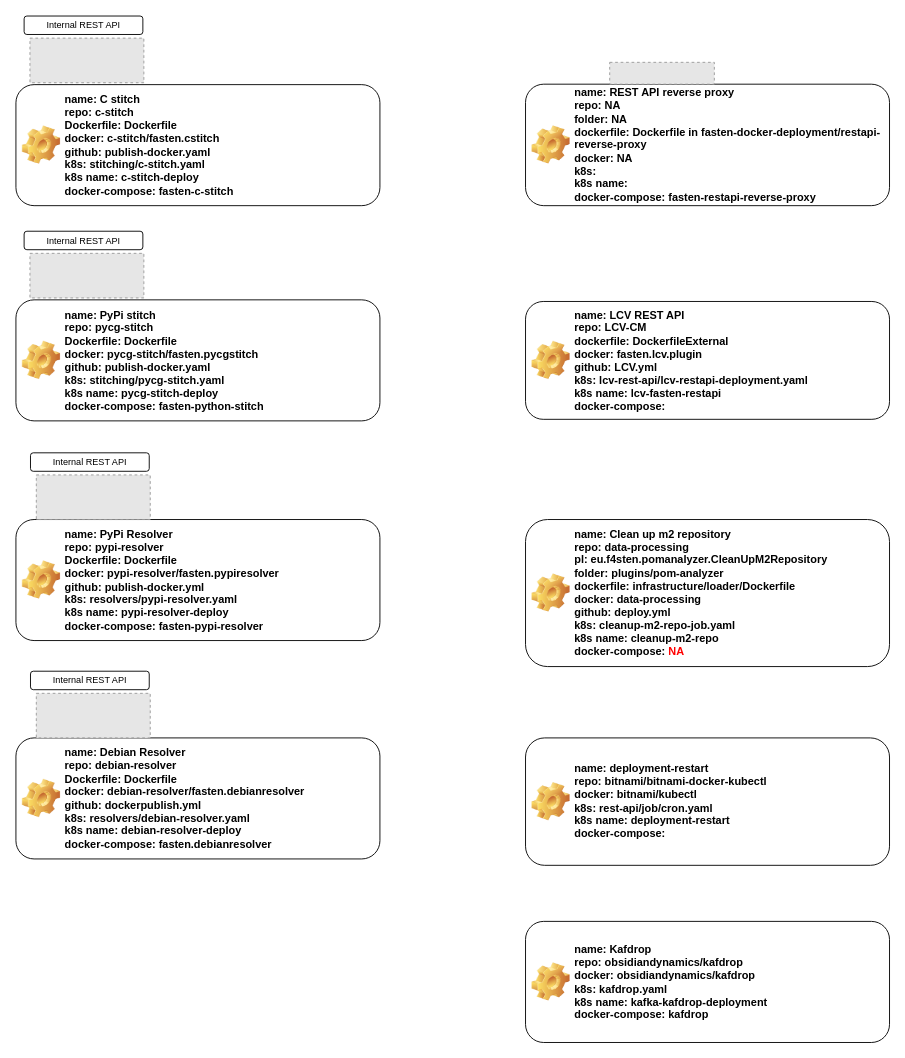
Earlier version of the draw.io diagram docs/standalone-deployment.drawio (fasten-project/fasten). Source tidied: cells renumbered, new cells numbered last; positions are measured from the earlier drawing's top-left corner, leaving out a move shared by most shapes. Both pictures are drawn from the tidied source at 91%, with x=0, y=0 at pixel (15, -35). Pictures stored in the file or linked from it are replaced by grey dashed boxes.
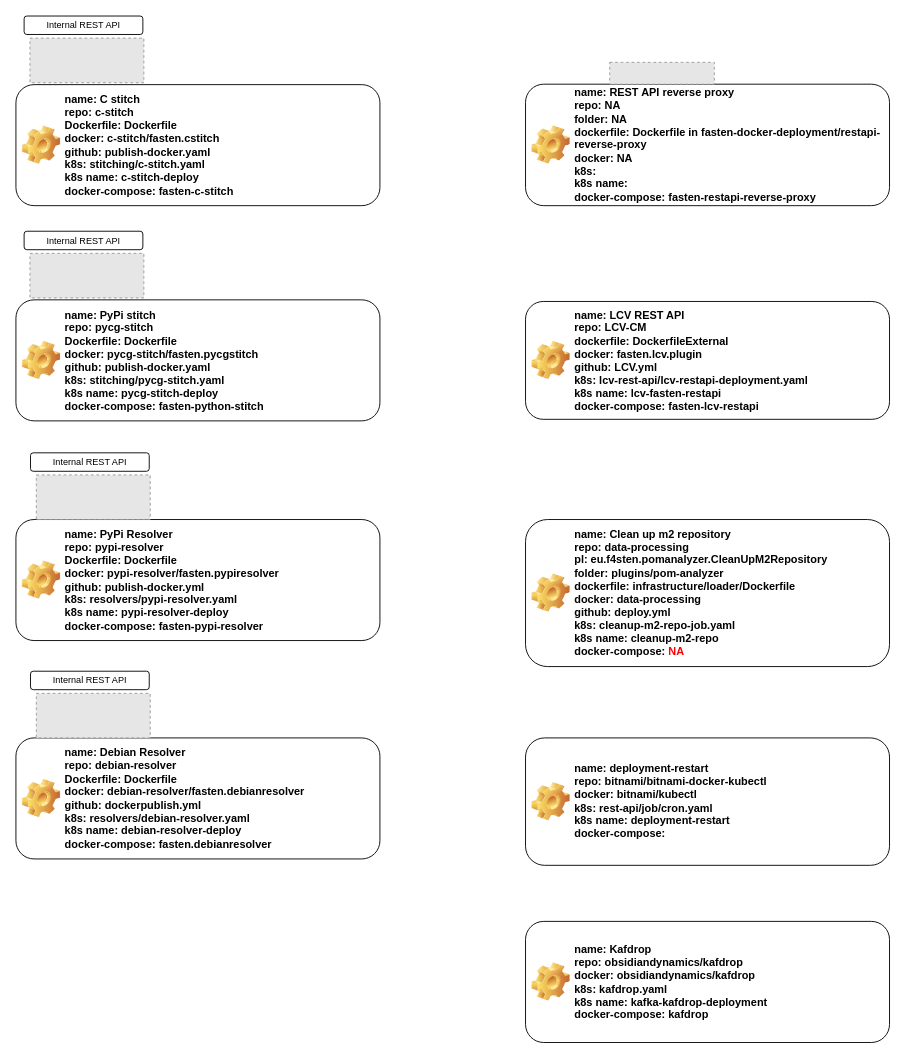
After the change.

Commit message (it also covers changes not shown here):
Update deployment schema to reflect latest changes

Include newly deployed component for both k8s and Docker Compose deployment.

What changed in the source:
```diff
@@
 <mxGraphModel>
   <root>
     <mxCell id="0" />
     <mxCell id="1" parent="0" />
     <mxCell id="2" value="name:&amp;nbsp;Kafdrop&lt;br&gt;repo:&amp;nbsp;obsidiandynamics/kafdrop&lt;br&gt;docker:&amp;nbsp;obsidiandynamics/kafdrop&lt;br&gt;k8s:&amp;nbsp;kafdrop.yaml&lt;br&gt;k8s name:&amp;nbsp;kafka-kafdrop-deployment&lt;br&gt;docker-compose:&amp;nbsp;&lt;span class=&quot;pl-ent&quot;&gt;kafdrop&lt;/span&gt;" style="label;whiteSpace=wrap;html=1;image=img/clipart/Gear_128x128.png;" parent="1" vertex="1">
       <mxGeometry x="560" y="1050" width="400" height="133.1" as="geometry" />
     </mxCell>
     <mxCell id="3" value="name:&amp;nbsp;Clean up m2 repository&lt;br&gt;repo:&amp;nbsp;data-processing&lt;br&gt;pl:&amp;nbsp;eu.f4sten.pomanalyzer.CleanUpM2Repository&lt;br&gt;folder:&amp;nbsp;plugins/pom-analyzer&lt;br&gt;dockerfile:&amp;nbsp;infrastructure/loader/Dockerfile&lt;br&gt;docker: data-processing&lt;br&gt;github: deploy.yml&lt;br&gt;k8s:&amp;nbsp;cleanup-m2-repo-job.yaml&lt;br&gt;k8s name:&amp;nbsp;cleanup-m2-repo&lt;br&gt;docker-compose: &lt;font color=&quot;#ff0000&quot;&gt;NA&lt;/font&gt;" style="label;whiteSpace=wrap;html=1;image=img/clipart/Gear_128x128.png;" parent="1" vertex="1">
       <mxGeometry x="560" y="608.4" width="400" height="161.6" as="geometry" />
     </mxCell>
     <mxCell id="4" value="name: PyPi Resolver&lt;br&gt;repo: pypi-resolver&lt;br&gt;Dockerfile: Dockerfile&lt;br&gt;docker: pypi-resolver/fasten.pypiresolver&lt;br&gt;github:&amp;nbsp;publish-docker.yml&lt;br&gt;k8s: resolvers/pypi-resolver.yaml&lt;br&gt;k8s name: pypi-resolver-deploy&lt;br&gt;docker-compose:&amp;nbsp;fasten-pypi-resolver" style="label;whiteSpace=wrap;html=1;image=img/clipart/Gear_128x128.png;" parent="1" vertex="1">
       <mxGeometry y="608.4" width="400" height="133" as="geometry" />
     </mxCell>
     <mxCell id="5" style="fillColor=#E6E6E6;strokeColor=#999999;dashed=1;verticalLabelPosition=bottom;labelBackgroundColor=#ffffff;verticalAlign=top;" parent="1" vertex="1">
       <mxGeometry x="22.4" y="559.4" width="125.2" height="49" as="geometry" />
     </mxCell>
     <mxCell id="6" value="Internal REST API" style="rounded=1;whiteSpace=wrap;html=1;fontSize=10;align=center;horizontal=0;rotation=90;" parent="1" vertex="1">
       <mxGeometry x="71.1" y="480" width="20.3" height="130.5" as="geometry" />
     </mxCell>
     <mxCell id="7" value="name: REST API reverse proxy&lt;br&gt;repo: NA&lt;br&gt;folder: NA&lt;br&gt;dockerfile: Dockerfile in&amp;nbsp;fasten-docker-deployment/restapi-reverse-proxy&lt;br&gt;docker: NA&lt;br&gt;k8s:&amp;nbsp;&lt;br&gt;k8s name:&amp;nbsp;&lt;span class=&quot;pl-s&quot;&gt;&lt;br&gt;&lt;/span&gt;docker-compose:&amp;nbsp;&lt;span class=&quot;blob-code-inner blob-code-marker&quot;&gt;fasten-restapi-reverse-proxy&lt;/span&gt;" style="label;whiteSpace=wrap;html=1;image=img/clipart/Gear_128x128.png;" parent="1" vertex="1">
       <mxGeometry x="560" y="130" width="400" height="133.5" as="geometry" />
     </mxCell>
     <mxCell id="8" style="fillColor=#E6E6E6;strokeColor=#999999;dashed=1;verticalLabelPosition=bottom;labelBackgroundColor=#ffffff;verticalAlign=top;" parent="1" vertex="1">
       <mxGeometry x="652.5" y="106" width="115" height="24" as="geometry" />
     </mxCell>
     <mxCell id="9" value="name:&amp;nbsp;&lt;span class=&quot;blob-code-inner blob-code-marker js-code-nav-pass&quot;&gt;deployment-restart&lt;/span&gt;&lt;br&gt;repo:&amp;nbsp;bitnami/bitnami-docker-kubectl&lt;br&gt;docker:&amp;nbsp;bitnami/kubectl&lt;br&gt;k8s:&amp;nbsp;rest-api/job/cron.yaml&lt;br&gt;k8s name:&amp;nbsp;deployment-restart&lt;br&gt;docker-compose:&amp;nbsp;" style="label;whiteSpace=wrap;html=1;image=img/clipart/Gear_128x128.png;" parent="1" vertex="1">
       <mxGeometry x="560" y="848.4" width="400" height="140" as="geometry" />
     </mxCell>
     <mxCell id="10" value="name: C stitch&lt;br&gt;repo: c-stitch&lt;br&gt;Dockerfile: Dockerfile&lt;br&gt;docker: c-stitch/fasten.cstitch&lt;br&gt;github:&amp;nbsp;publish-docker.yaml&lt;br&gt;k8s: stitching/c-stitch.yaml&lt;br&gt;k8s name: c-stitch-deploy&lt;br&gt;docker-compose:&amp;nbsp;fasten-c-stitch" style="label;whiteSpace=wrap;html=1;image=img/clipart/Gear_128x128.png;" parent="1" vertex="1">
       <mxGeometry y="130.5" width="400" height="133" as="geometry" />
     </mxCell>
     <mxCell id="11" style="fillColor=#E6E6E6;strokeColor=#999999;dashed=1;verticalLabelPosition=bottom;labelBackgroundColor=#ffffff;verticalAlign=top;" parent="1" vertex="1">
       <mxGeometry x="15.4" y="79.4" width="125.2" height="49" as="geometry" />
     </mxCell>
     <mxCell id="12" value="Internal REST API" style="rounded=1;whiteSpace=wrap;html=1;fontSize=10;align=center;horizontal=0;rotation=90;" parent="1" vertex="1">
       <mxGeometry x="64.1" width="20.3" height="130.5" as="geometry" />
     </mxCell>
     <mxCell id="13" value="name: PyPi stitch&lt;br&gt;repo: pycg-stitch&lt;br&gt;Dockerfile: Dockerfile&lt;br&gt;docker: pycg-stitch/fasten.pycgstitch&lt;br&gt;github:&amp;nbsp;publish-docker.yaml&lt;br&gt;k8s: stitching/pycg-stitch.yaml&lt;br&gt;k8s name: pycg-stitch-deploy&lt;br&gt;docker-compose:&amp;nbsp;fasten-python-stitch" style="label;whiteSpace=wrap;html=1;image=img/clipart/Gear_128x128.png;" parent="1" vertex="1">
       <mxGeometry y="367" width="400" height="133" as="geometry" />
     </mxCell>
     <mxCell id="14" style="fillColor=#E6E6E6;strokeColor=#999999;dashed=1;verticalLabelPosition=bottom;labelBackgroundColor=#ffffff;verticalAlign=top;" parent="1" vertex="1">
       <mxGeometry x="15.4" y="315.9" width="125.2" height="49" as="geometry" />
     </mxCell>
     <mxCell id="15" value="Internal REST API" style="rounded=1;whiteSpace=wrap;html=1;fontSize=10;align=center;horizontal=0;rotation=90;" parent="1" vertex="1">
       <mxGeometry x="64.1" y="236.5" width="20.3" height="130.5" as="geometry" />
     </mxCell>
-    <mxCell id="16" value="name: LCV REST API&lt;br&gt;repo:&amp;nbsp;LCV-CM&lt;br&gt;dockerfile:&amp;nbsp;DockerfileExternal&lt;br&gt;docker:&amp;nbsp;fasten.lcv.plugin&lt;br&gt;github:&amp;nbsp;LCV.yml&lt;br&gt;k8s:&amp;nbsp;lcv-rest-api/lcv-restapi-deployment.yaml&lt;br&gt;k8s name:&amp;nbsp;lcv-fasten-restapi&lt;br&gt;docker-compose:" style="label;whiteSpace=wrap;html=1;image=img/clipart/Gear_128x128.png;" parent="1" vertex="1">
+    <mxCell id="16" value="name: LCV REST API&lt;br&gt;repo:&amp;nbsp;LCV-CM&lt;br&gt;dockerfile:&amp;nbsp;DockerfileExternal&lt;br&gt;docker:&amp;nbsp;fasten.lcv.plugin&lt;br&gt;github:&amp;nbsp;LCV.yml&lt;br&gt;k8s:&amp;nbsp;lcv-rest-api/lcv-restapi-deployment.yaml&lt;br&gt;k8s name:&amp;nbsp;lcv-fasten-restapi&lt;br&gt;docker-compose:&amp;nbsp;fasten-lcv-restapi" style="label;whiteSpace=wrap;html=1;image=img/clipart/Gear_128x128.png;" parent="1" vertex="1">
       <mxGeometry x="560" y="368.8" width="400" height="129.5" as="geometry" />
     </mxCell>
     <mxCell id="17" value="name: Debian Resolver&lt;br&gt;repo: debian-resolver&lt;br&gt;Dockerfile: Dockerfile&lt;br&gt;docker:&amp;nbsp;debian-resolver/fasten.debianresolver&lt;br&gt;github:&amp;nbsp;dockerpublish.yml&lt;br&gt;k8s: resolvers/debian-resolver.yaml&lt;br&gt;k8s name: debian-resolver-deploy&lt;br&gt;docker-compose:&amp;nbsp;fasten.debianresolver" style="label;whiteSpace=wrap;html=1;image=img/clipart/Gear_128x128.png;" parent="1" vertex="1">
       <mxGeometry y="848.4" width="400" height="133" as="geometry" />
     </mxCell>
     <mxCell id="18" style="fillColor=#E6E6E6;strokeColor=#999999;dashed=1;verticalLabelPosition=bottom;labelBackgroundColor=#ffffff;verticalAlign=top;" parent="1" vertex="1">
       <mxGeometry x="22.4" y="799.4" width="125.2" height="49" as="geometry" />
     </mxCell>
     <mxCell id="19" value="Internal REST API" style="rounded=1;whiteSpace=wrap;html=1;fontSize=10;align=center;horizontal=0;rotation=90;" parent="1" vertex="1">
       <mxGeometry x="71.1" y="720" width="20.3" height="130.5" as="geometry" />
     </mxCell>
   </root>
 </mxGraphModel>
```
